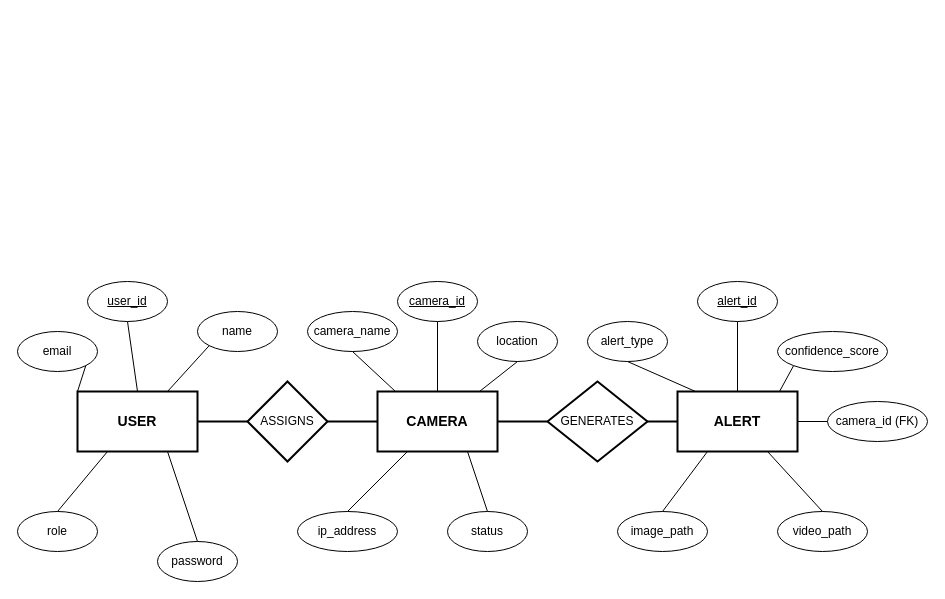
Earlier version of the draw.io diagram System_ER_Diagram.drawio (AkashdeepG-FOC/firevision_sql). Source tidied: cells renumbered, new cells numbered last; positions are measured from the earlier drawing's top-left corner, leaving out a move shared by most shapes. Both pictures are drawn from the tidied source at 100%, with x=0, y=0 at pixel (17, 281).
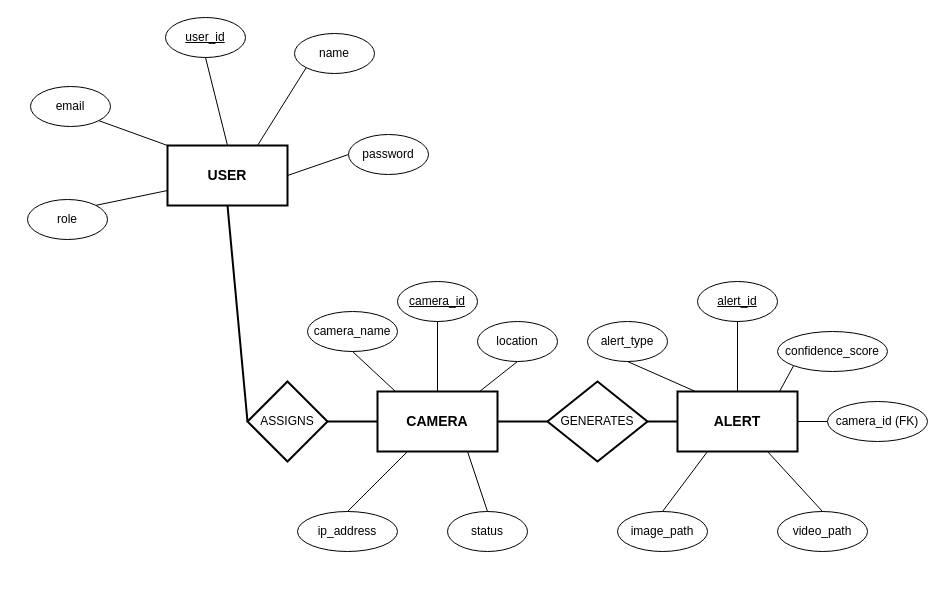
Above is the later version.

The change refers to these unchanged cells:
```xml
<mxCell id="4" value="ALERT" style="whiteSpace=wrap;html=1;align=center;fontSize=14;fontStyle=1;strokeWidth=2;" parent="1" vertex="1">
  <mxGeometry x="660" y="110" width="120" height="60" as="geometry" />
</mxCell>
<mxCell id="5" value="ASSIGNS" style="rhombus;whiteSpace=wrap;html=1;align=center;fontSize=12;strokeWidth=2;" parent="1" vertex="1">
  <mxGeometry x="230" y="100" width="80" height="80" as="geometry" />
</mxCell>
<mxCell id="6" value="GENERATES" style="rhombus;whiteSpace=wrap;html=1;align=center;fontSize=12;strokeWidth=2;" parent="1" vertex="1">
  <mxGeometry x="530" y="100" width="100" height="80" as="geometry" />
</mxCell>
```

Diff of the diagram source:
```diff
@@
     <mxCell id="2" value="USER" style="whiteSpace=wrap;html=1;align=center;fontSize=14;fontStyle=1;strokeWidth=2;" parent="1" vertex="1">
-      <mxGeometry x="60" y="110" width="120" height="60" as="geometry" />
+      <mxGeometry x="150" y="-136" width="120" height="60" as="geometry" />
     </mxCell>
@@
     <mxCell id="7" value="&lt;u&gt;user_id&lt;/u&gt;" style="ellipse;whiteSpace=wrap;html=1;align=center;" parent="1" vertex="1">
-      <mxGeometry x="70" width="80" height="40" as="geometry" />
+      <mxGeometry x="148" y="-264" width="80" height="40" as="geometry" />
     </mxCell>
     <mxCell id="8" value="name" style="ellipse;whiteSpace=wrap;html=1;align=center;" parent="1" vertex="1">
-      <mxGeometry x="180" y="30" width="80" height="40" as="geometry" />
+      <mxGeometry x="277" y="-248" width="80" height="40" as="geometry" />
     </mxCell>
     <mxCell id="9" value="email" style="ellipse;whiteSpace=wrap;html=1;align=center;" parent="1" vertex="1">
-      <mxGeometry y="50" width="80" height="40" as="geometry" />
+      <mxGeometry x="13" y="-195" width="80" height="40" as="geometry" />
     </mxCell>
     <mxCell id="10" value="role" style="ellipse;whiteSpace=wrap;html=1;align=center;" parent="1" vertex="1">
-      <mxGeometry y="230" width="80" height="40" as="geometry" />
+      <mxGeometry x="10" y="-82" width="80" height="40" as="geometry" />
     </mxCell>
     <mxCell id="11" value="password" style="ellipse;whiteSpace=wrap;html=1;align=center;" parent="1" vertex="1">
-      <mxGeometry x="140" y="260" width="80" height="40" as="geometry" />
+      <mxGeometry x="331" y="-147" width="80" height="40" as="geometry" />
     </mxCell>
@@
-    <mxCell id="23" style="endArrow=none;html=1;strokeWidth=2;exitX=1;exitY=0.5;exitDx=0;exitDy=0;entryX=0;entryY=0.5;entryDx=0;entryDy=0;" parent="1" edge="1" source="2" target="5">
+    <mxCell id="23" style="endArrow=none;html=1;strokeWidth=2;exitX=0.5;exitY=1;exitDx=0;exitDy=0;entryX=0;entryY=0.5;entryDx=0;entryDy=0;" parent="1" edge="1" source="2" target="5">
       <mxGeometry relative="1" as="geometry" />
     </mxCell>
@@
-    <mxCell id="26" style="endArrow=none;html=1;strokeWidth=2;exitX=1;exitY=0.5;exitDx=0;exitDy=0;entryX=0;entryY=0.5;entryDx=0;entryDy=0;" parent="1" edge="1" source="6" target="4">
+    <mxCell id="26" style="endArrow=none;html=1;strokeWidth=2;entryX=0;entryY=0.5;entryDx=0;entryDy=0;exitX=1;exitY=0.5;exitDx=0;exitDy=0;" parent="1" edge="1" source="6" target="4">
       <mxGeometry relative="1" as="geometry" />
     </mxCell>
@@
-    <mxCell id="30" style="endArrow=none;html=1;exitX=0.5;exitY=0;exitDx=0;exitDy=0;entryX=0.25;entryY=1;entryDx=0;entryDy=0;" parent="1" edge="1" source="10" target="2">
+    <mxCell id="30" style="endArrow=none;html=1;exitX=1;exitY=0;exitDx=0;exitDy=0;entryX=0;entryY=0.75;entryDx=0;entryDy=0;" parent="1" edge="1" source="10" target="2">
       <mxGeometry relative="1" as="geometry" />
     </mxCell>
-    <mxCell id="31" style="endArrow=none;html=1;exitX=0.5;exitY=0;exitDx=0;exitDy=0;entryX=0.75;entryY=1;entryDx=0;entryDy=0;" parent="1" edge="1" source="11" target="2">
+    <mxCell id="31" style="endArrow=none;html=1;exitX=0;exitY=0.5;exitDx=0;exitDy=0;entryX=1;entryY=0.5;entryDx=0;entryDy=0;" parent="1" edge="1" source="11" target="2">
       <mxGeometry relative="1" as="geometry" />
     </mxCell>
```
